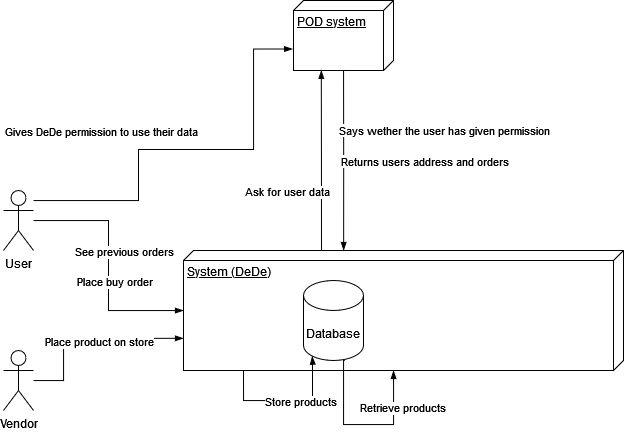
Earlier version of the draw.io export docs/images/03-01_Mario_BusinessContext.png (Arquisoft/dede_en3b). Source tidied: cells renumbered, new cells last; positions are measured from the earlier drawing's top-left corner, leaving out a move shared by most shapes.
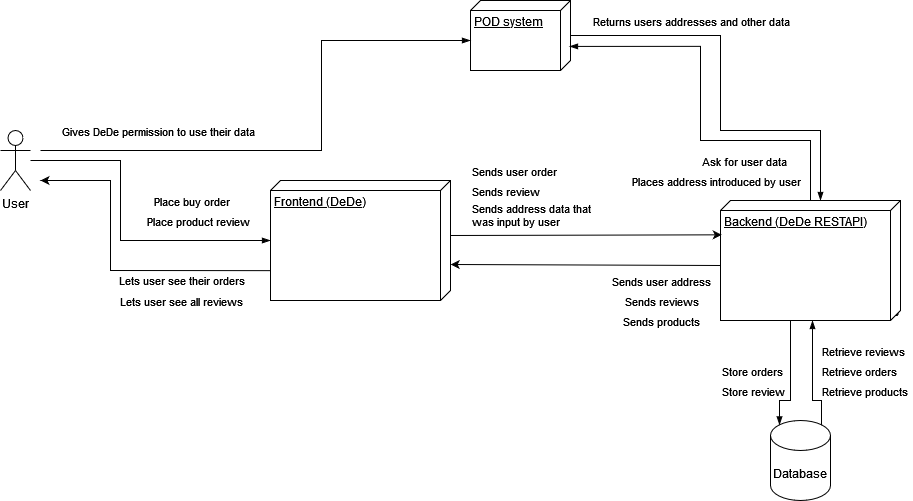
Later version of the same file.

Commit message:
Changed diagrams, now up to date with app

Change to the diagram source:
```diff
@@ -3,113 +3,167 @@
     <mxCell id="0" />
     <mxCell id="1" parent="0" />
     <mxCell id="2" value="User" style="shape=umlActor;verticalLabelPosition=bottom;verticalAlign=top;html=1;" parent="1" vertex="1">
-      <mxGeometry y="190" width="30" height="60" as="geometry" />
+      <mxGeometry x="-300" y="180" width="30" height="60" as="geometry" />
     </mxCell>
-    <mxCell id="3" value="System (DeDe)" style="verticalAlign=top;align=left;spacingTop=8;spacingLeft=2;spacingRight=12;shape=cube;size=10;direction=south;fontStyle=4;html=1;" parent="1" vertex="1">
-      <mxGeometry x="180" y="250" width="440" height="120" as="geometry" />
-    </mxCell>
-    <mxCell id="4" value="&lt;div&gt;Vendor&lt;/div&gt;" style="shape=umlActor;verticalLabelPosition=bottom;verticalAlign=top;html=1;" parent="1" vertex="1">
-      <mxGeometry y="350" width="30" height="60" as="geometry" />
-    </mxCell>
-    <mxCell id="5" style="endArrow=blockThin;html=1;edgeStyle=orthogonalEdgeStyle;rounded=0;endFill=1;" parent="1" edge="1" source="2" target="3">
-      <mxGeometry relative="1" as="geometry" />
+    <mxCell id="5" style="endArrow=blockThin;html=1;edgeStyle=orthogonalEdgeStyle;rounded=0;endFill=1;" parent="1" edge="1" target="28">
+      <mxGeometry relative="1" as="geometry">
+        <mxPoint x="-270" y="210" as="sourcePoint" />
+        <Array as="points">
+          <mxPoint x="-180" y="210" />
+          <mxPoint x="-180" y="290" />
+        </Array>
+      </mxGeometry>
     </mxCell>
-    <mxCell id="6" value="See previous orders" style="edgeLabel;html=1;align=left;verticalAlign=bottom;" parent="5" vertex="1">
-      <mxGeometry x="-1" relative="1" as="geometry">
-        <mxPoint x="40" y="40" as="offset" />
-      </mxGeometry>
-    </mxCell>
-    <mxCell id="7" value="Place buy order" style="edgeLabel;html=1;align=right;verticalAlign=bottom;" parent="5" vertex="1">
+    <mxCell id="7" value="Place product review" style="edgeLabel;html=1;align=right;verticalAlign=bottom;" parent="5" vertex="1">
       <mxGeometry x="1" relative="1" as="geometry">
-        <mxPoint x="-30" y="-20" as="offset" />
+        <mxPoint x="-20" y="-10" as="offset" />
       </mxGeometry>
     </mxCell>
-    <mxCell id="8" style="endArrow=blockThin;html=1;edgeStyle=orthogonalEdgeStyle;rounded=0;endFill=1;entryX=0.732;entryY=1;entryDx=0;entryDy=0;entryPerimeter=0;" parent="1" edge="1" source="4" target="3">
-      <mxGeometry relative="1" as="geometry">
-        <Array as="points">
-          <mxPoint x="60" y="380" />
-          <mxPoint x="60" y="338" />
-        </Array>
-      </mxGeometry>
-    </mxCell>
-    <mxCell id="9" value="Place product on store" style="edgeLabel;html=1;align=left;verticalAlign=bottom;" parent="8" vertex="1">
-      <mxGeometry x="-1" relative="1" as="geometry">
-        <mxPoint x="10" y="-30" as="offset" />
-      </mxGeometry>
-    </mxCell>
     <mxCell id="10" value="Database" style="shape=cylinder3;whiteSpace=wrap;html=1;boundedLbl=1;backgroundOutline=1;size=15;" parent="1" vertex="1">
-      <mxGeometry x="300" y="280" width="60" height="80" as="geometry" />
+      <mxGeometry x="470" y="470" width="60" height="80" as="geometry" />
     </mxCell>
-    <mxCell id="11" style="endArrow=blockThin;html=1;edgeStyle=orthogonalEdgeStyle;rounded=0;endFill=1;exitX=0;exitY=0;exitDx=120;exitDy=225;exitPerimeter=0;entryX=0.145;entryY=1;entryDx=0;entryDy=-4.35;entryPerimeter=0;" parent="1" edge="1" target="10">
+    <mxCell id="11" style="endArrow=blockThin;html=1;edgeStyle=orthogonalEdgeStyle;rounded=0;endFill=1;entryX=0.145;entryY=0;entryDx=0;entryDy=4.35;entryPerimeter=0;exitX=0;exitY=0;exitDx=120;exitDy=95;exitPerimeter=0;" parent="1" edge="1" source="29" target="10">
       <mxGeometry relative="1" as="geometry">
-        <mxPoint x="240" y="370" as="sourcePoint" />
         <Array as="points">
-          <mxPoint x="240" y="400" />
-          <mxPoint x="309" y="400" />
-          <mxPoint x="309" y="360" />
+          <mxPoint x="490" y="370" />
+          <mxPoint x="490" y="450" />
+          <mxPoint x="479" y="450" />
+          <mxPoint x="479" y="474" />
         </Array>
       </mxGeometry>
     </mxCell>
     <mxCell id="12" value="&lt;div&gt;Store products&lt;/div&gt;" style="edgeLabel;html=1;align=left;verticalAlign=bottom;" parent="11" vertex="1">
       <mxGeometry x="-1" relative="1" as="geometry">
-        <mxPoint x="20" y="40" as="offset" />
+        <mxPoint x="20" as="offset" />
       </mxGeometry>
     </mxCell>
-    <mxCell id="13" style="endArrow=none;html=1;edgeStyle=orthogonalEdgeStyle;rounded=0;endFill=0;startArrow=blockThin;startFill=1;entryX=0.855;entryY=1;entryDx=0;entryDy=-4.35;entryPerimeter=0;" parent="1" edge="1" source="3">
+    <mxCell id="13" style="endArrow=none;html=1;edgeStyle=orthogonalEdgeStyle;rounded=0;endFill=0;startArrow=blockThin;startFill=1;entryX=0.855;entryY=0;entryDx=0;entryDy=4.35;entryPerimeter=0;" parent="1" edge="1" source="29" target="10">
       <mxGeometry relative="1" as="geometry">
-        <mxPoint x="341.3" y="360" as="targetPoint" />
         <Array as="points">
-          <mxPoint x="390" y="424" />
-          <mxPoint x="340" y="424" />
-          <mxPoint x="340" y="360" />
+          <mxPoint x="512" y="450" />
+          <mxPoint x="521" y="450" />
+          <mxPoint x="521" y="474" />
         </Array>
       </mxGeometry>
     </mxCell>
     <mxCell id="14" value="&lt;div&gt;Retrieve products&lt;br&gt;&lt;/div&gt;" style="edgeLabel;html=1;align=left;verticalAlign=bottom;" parent="13" vertex="1">
       <mxGeometry x="-1" relative="1" as="geometry">
-        <mxPoint x="-35" y="46" as="offset" />
+        <mxPoint x="8" y="80" as="offset" />
       </mxGeometry>
     </mxCell>
     <mxCell id="15" value="POD system" style="verticalAlign=top;align=left;spacingTop=8;spacingLeft=2;spacingRight=12;shape=cube;size=10;direction=south;fontStyle=4;html=1;" parent="1" vertex="1">
-      <mxGeometry x="290" width="100" height="70" as="geometry" />
+      <mxGeometry x="170" y="50" width="100" height="70" as="geometry" />
     </mxCell>
-    <mxCell id="16" style="endArrow=blockThin;html=1;edgeStyle=orthogonalEdgeStyle;rounded=0;endFill=1;entryX=0.997;entryY=0.722;entryDx=0;entryDy=0;entryPerimeter=0;" parent="1" edge="1" target="15">
+    <mxCell id="16" style="endArrow=blockThin;html=1;edgeStyle=orthogonalEdgeStyle;rounded=0;endFill=1;entryX=0.656;entryY=0.01;entryDx=0;entryDy=0;entryPerimeter=0;" parent="1" edge="1" source="29" target="15">
       <mxGeometry relative="1" as="geometry">
-        <mxPoint x="318" y="250" as="sourcePoint" />
+        <Array as="points">
+          <mxPoint x="510" y="190" />
+          <mxPoint x="400" y="190" />
+          <mxPoint x="400" y="96" />
+        </Array>
       </mxGeometry>
     </mxCell>
-    <mxCell id="17" style="endArrow=none;html=1;edgeStyle=orthogonalEdgeStyle;rounded=0;endFill=0;startArrow=blockThin;startFill=1;exitX=0;exitY=0.636;exitDx=0;exitDy=0;exitPerimeter=0;" parent="1" edge="1" source="3" target="15">
-      <mxGeometry relative="1" as="geometry" />
+    <mxCell id="17" style="endArrow=none;html=1;edgeStyle=orthogonalEdgeStyle;rounded=0;endFill=0;startArrow=blockThin;startFill=1;" parent="1" edge="1" source="29" target="15">
+      <mxGeometry relative="1" as="geometry">
+        <Array as="points">
+          <mxPoint x="520" y="180" />
+          <mxPoint x="420" y="180" />
+        </Array>
+      </mxGeometry>
     </mxCell>
     <mxCell id="18" value="Ask for user data" style="edgeLabel;html=1;align=left;verticalAlign=bottom;" parent="17" vertex="1">
       <mxGeometry x="-1" relative="1" as="geometry">
-        <mxPoint x="-100" y="-50" as="offset" />
+        <mxPoint x="-120" y="-30" as="offset" />
       </mxGeometry>
     </mxCell>
-    <mxCell id="19" value="Returns users address and orders" style="edgeLabel;html=1;align=center;verticalAlign=middle;" parent="17" vertex="1">
+    <mxCell id="19" value="Returns users addresses and other data" style="edgeLabel;html=1;align=center;verticalAlign=middle;" parent="17" vertex="1">
       <mxGeometry x="0.39" y="-1" relative="1" as="geometry">
-        <mxPoint x="79" y="35" as="offset" />
+        <mxPoint x="-8" y="-14" as="offset" />
       </mxGeometry>
     </mxCell>
-    <mxCell id="20" value="Says wether the user has given permission" style="edgeLabel;html=1;align=center;verticalAlign=middle;" parent="17" vertex="1">
-      <mxGeometry x="-0.32" y="1" relative="1" as="geometry">
-        <mxPoint x="101" y="-59" as="offset" />
-      </mxGeometry>
-    </mxCell>
-    <mxCell id="21" style="endArrow=blockThin;html=1;edgeStyle=orthogonalEdgeStyle;rounded=0;endFill=1;entryX=0.693;entryY=1.008;entryDx=0;entryDy=0;entryPerimeter=0;" parent="1" edge="1" source="2" target="15">
+    <mxCell id="21" style="endArrow=blockThin;html=1;edgeStyle=orthogonalEdgeStyle;rounded=0;endFill=1;entryX=0.693;entryY=1.008;entryDx=0;entryDy=0;entryPerimeter=0;" parent="1" edge="1">
       <mxGeometry relative="1" as="geometry">
+        <mxPoint x="-260" y="200" as="sourcePoint" />
+        <mxPoint x="170" y="90" as="targetPoint" />
         <Array as="points">
-          <mxPoint x="135" y="200" />
-          <mxPoint x="135" y="149" />
-          <mxPoint x="250" y="149" />
-          <mxPoint x="250" y="48" />
+          <mxPoint x="21" y="200" />
+          <mxPoint x="21" y="90" />
         </Array>
       </mxGeometry>
     </mxCell>
     <mxCell id="22" value="Gives DeDe permission to use their data" style="edgeLabel;html=1;align=left;verticalAlign=bottom;" parent="21" vertex="1">
       <mxGeometry x="-1" relative="1" as="geometry">
-        <mxPoint x="-30" y="-60" as="offset" />
+        <mxPoint x="20" y="-10" as="offset" />
       </mxGeometry>
     </mxCell>
+    <mxCell id="23" style="endArrow=classic;html=1;rounded=0;exitX=0.585;exitY=1.008;exitDx=0;exitDy=0;exitPerimeter=0;" parent="1" edge="1">
+      <mxGeometry relative="1" as="geometry">
+        <mxPoint x="28.6" y="320.2" as="sourcePoint" />
+        <mxPoint x="-260" y="230" as="targetPoint" />
+        <Array as="points">
+          <mxPoint x="-190" y="320" />
+          <mxPoint x="-190" y="260" />
+          <mxPoint x="-190" y="230" />
+        </Array>
+      </mxGeometry>
+    </mxCell>
+    <mxCell id="24" value="Lets user see their orders" style="edgeLabel;html=1;align=center;verticalAlign=middle;" parent="23" vertex="1">
+      <mxGeometry x="0.44" relative="1" as="geometry">
+        <mxPoint x="70" y="64" as="offset" />
+      </mxGeometry>
+    </mxCell>
+    <mxCell id="25" value="&lt;div&gt;Sends address data that&lt;/div&gt;&lt;div&gt;was input by user&lt;br&gt;&lt;/div&gt;" style="edgeLabel;html=1;align=left;verticalAlign=bottom;" parent="1" vertex="1">
+      <mxGeometry x="170" y="280" as="geometry" />
+    </mxCell>
+    <mxCell id="26" value="&lt;div&gt;Store orders&lt;/div&gt;" style="edgeLabel;html=1;align=left;verticalAlign=bottom;" parent="1" vertex="1">
+      <mxGeometry x="420" y="430" as="geometry" />
+    </mxCell>
+    <mxCell id="27" value="&lt;div&gt;Retrieve orders&lt;/div&gt;" style="edgeLabel;html=1;align=left;verticalAlign=bottom;" parent="1" vertex="1">
+      <mxGeometry x="520" y="430" as="geometry" />
+    </mxCell>
+    <mxCell id="28" value="Frontend (DeDe)" style="verticalAlign=top;align=left;spacingTop=8;spacingLeft=2;spacingRight=12;shape=cube;size=10;direction=south;fontStyle=4;html=1;" parent="1" vertex="1">
+      <mxGeometry x="-30" y="230" width="180" height="120" as="geometry" />
+    </mxCell>
+    <mxCell id="29" value="Backend (DeDe RESTAPI)" style="verticalAlign=top;align=left;spacingTop=8;spacingLeft=2;spacingRight=12;shape=cube;size=10;direction=south;fontStyle=4;html=1;" parent="1" vertex="1">
+      <mxGeometry x="420" y="250" width="180" height="120" as="geometry" />
+    </mxCell>
+    <mxCell id="30" value="Place buy order" style="edgeLabel;html=1;align=right;verticalAlign=bottom;" parent="1" vertex="1">
+      <mxGeometry x="-70" y="260" as="geometry" />
+    </mxCell>
+    <mxCell id="31" value="Lets user see all reviews" style="edgeLabel;html=1;align=center;verticalAlign=middle;" parent="1" vertex="1">
+      <mxGeometry x="-120" y="350" as="geometry" />
+    </mxCell>
+    <mxCell id="32" value="Places address introduced by user" style="edgeLabel;html=1;align=left;verticalAlign=bottom;" parent="1" vertex="1">
+      <mxGeometry x="330" y="240" as="geometry" />
+    </mxCell>
+    <mxCell id="33" value="Store review" style="edgeLabel;html=1;align=left;verticalAlign=bottom;" parent="1" vertex="1">
+      <mxGeometry x="420" y="450" as="geometry" />
+    </mxCell>
+    <mxCell id="34" value="&lt;div&gt;Retrieve reviews &lt;br&gt;&lt;/div&gt;" style="edgeLabel;html=1;align=left;verticalAlign=bottom;" parent="1" vertex="1">
+      <mxGeometry x="520" y="410" as="geometry" />
+    </mxCell>
+    <mxCell id="35" style="endArrow=classic;html=1;rounded=0;exitX=0;exitY=0;exitDx=55;exitDy=0;exitPerimeter=0;entryX=0.286;entryY=0.993;entryDx=0;entryDy=0;entryPerimeter=0;" parent="1" edge="1" source="28" target="29">
+      <mxGeometry relative="1" as="geometry" />
+    </mxCell>
+    <mxCell id="36" value="Sends review" style="edgeLabel;html=1;align=left;verticalAlign=bottom;" parent="1" vertex="1">
+      <mxGeometry x="170" y="250" as="geometry" />
+    </mxCell>
+    <mxCell id="37" style="endArrow=classic;html=1;rounded=0;entryX=0.7;entryY=-0.001;entryDx=0;entryDy=0;entryPerimeter=0;exitX=0;exitY=0;exitDx=65;exitDy=180;exitPerimeter=0;" parent="1" edge="1" source="29" target="28">
+      <mxGeometry relative="1" as="geometry" />
+    </mxCell>
+    <mxCell id="38" value="Sends user address" style="edgeLabel;html=1;align=center;verticalAlign=middle;" parent="37" vertex="1">
+      <mxGeometry x="0.53" y="-3" relative="1" as="geometry">
+        <mxPoint x="147" y="19" as="offset" />
+      </mxGeometry>
+    </mxCell>
+    <mxCell id="39" value="Sends reviews" style="edgeLabel;html=1;align=center;verticalAlign=middle;" parent="1" vertex="1">
+      <mxGeometry x="360" y="350" as="geometry" />
+    </mxCell>
+    <mxCell id="40" value="Sends products" style="edgeLabel;html=1;align=center;verticalAlign=middle;" parent="1" vertex="1">
+      <mxGeometry x="360" y="370" as="geometry" />
+    </mxCell>
+    <mxCell id="41" value="Sends user order" style="edgeLabel;html=1;align=left;verticalAlign=bottom;" parent="1" vertex="1">
+      <mxGeometry x="170" y="230" as="geometry" />
+    </mxCell>
   </root>
 </mxGraphModel>
```
